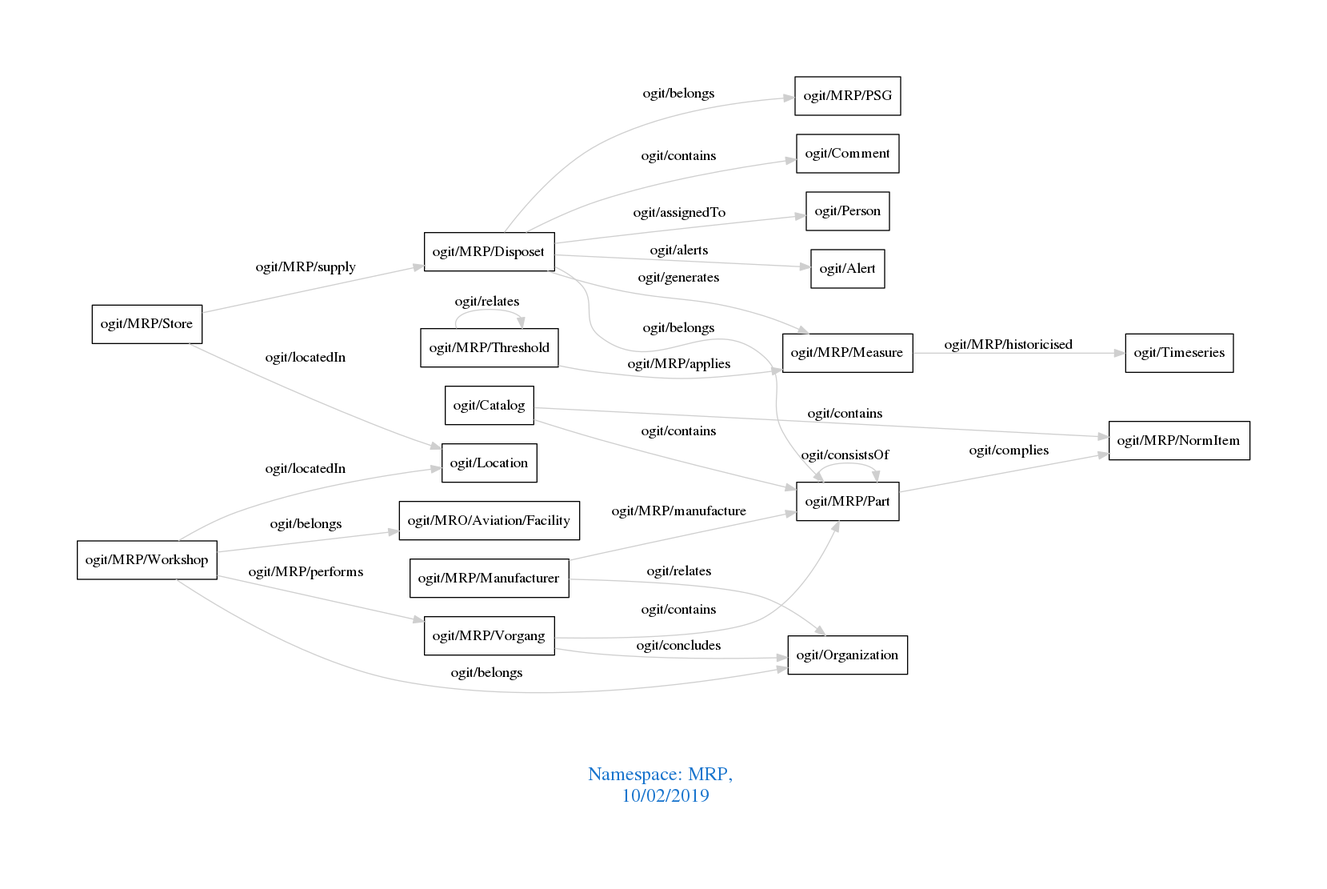
The Graphviz diagram downloads/MRP.png in arago/OGIT, before a commit. Its source is kept beside it as downloads/MRP.dot.
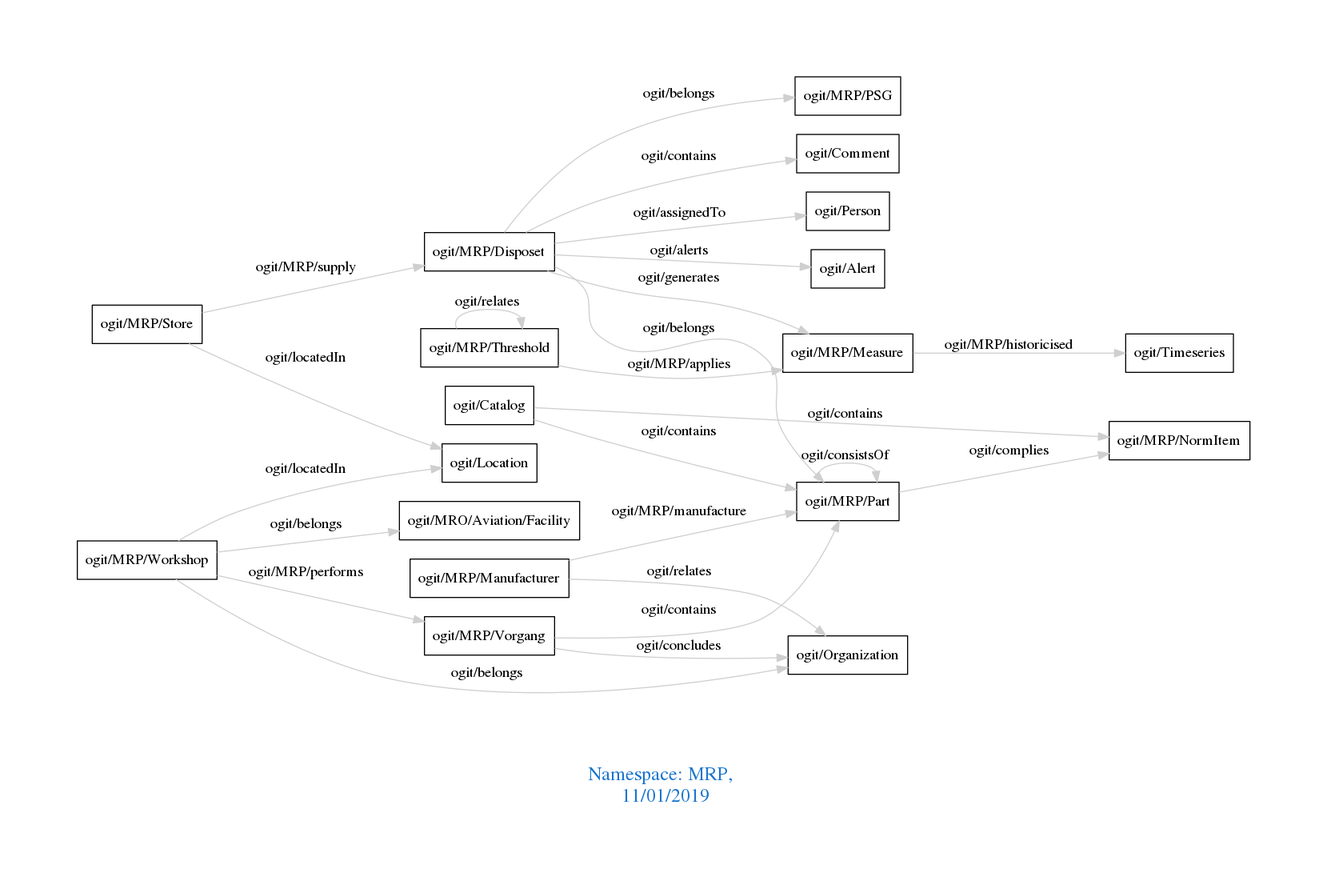
The same diagram one commit later.

Diff of the diagram source:
```diff
@@ -1,7 +1,7 @@
 digraph OGIT_ontology {
  graph [ rankdir= LR,pad=1
 fontsize = 18,
-fontcolor= dodgerblue3,label = "\n\n\nNamespace: MRP, \n 10/02/2019"];
+fontcolor= dodgerblue3,label = "\n\n\nNamespace: MRP, \n 11/01/2019"];
 node[shape=polygon];
 edge [  color="gray81"];
 
```
